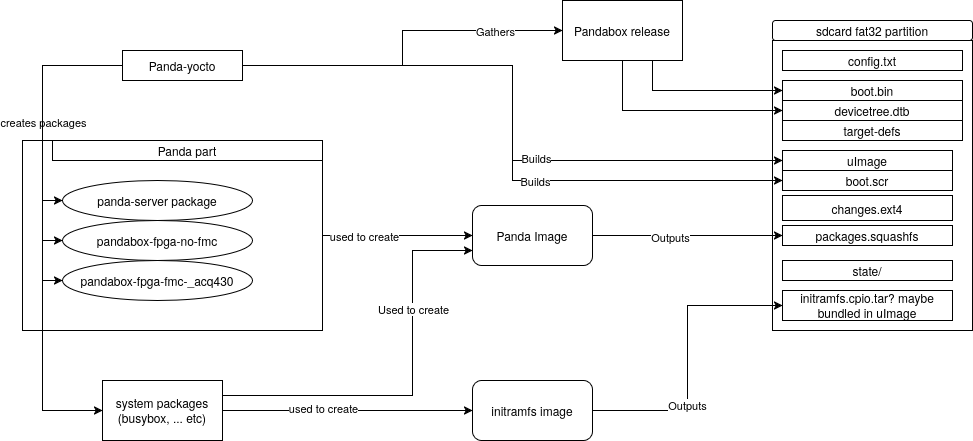
Above: panda-yocto.drawio.png in EmilioPeJu/panda-yocto-proposal (draw.io), before the change. Source tidied: cells renumbered, new cells last; positions are measured from the earlier drawing's top-left corner, leaving out a move shared by most shapes.
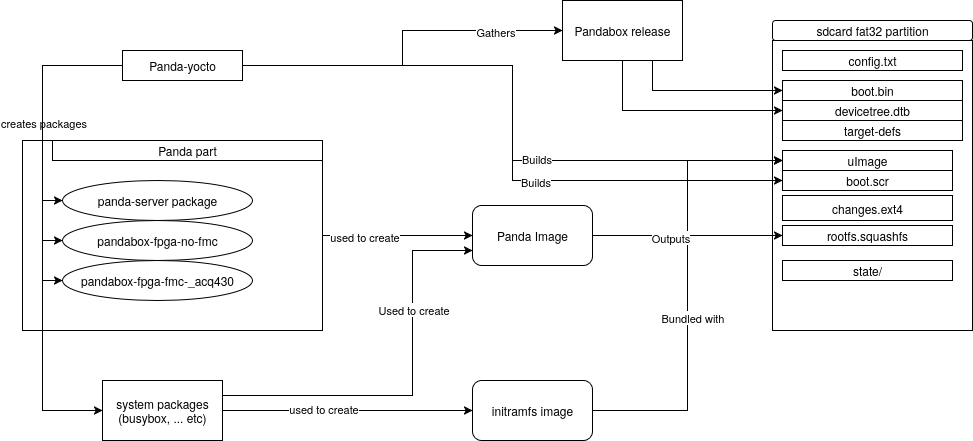
The same diagram one commit later.

Commit message:
Update notes with new requirements

Change to the diagram source:
```diff
@@ -69,12 +69,12 @@
     <mxCell id="21" value="Panda part" style="rounded=0;whiteSpace=wrap;html=1;" parent="1" vertex="1">
       <mxGeometry x="30" y="140" width="270" height="20" as="geometry" />
     </mxCell>
-    <mxCell id="22" style="edgeStyle=orthogonalEdgeStyle;rounded=0;jettySize=auto;html=1;exitX=1;exitY=0.5;exitDx=0;exitDy=0;entryX=0;entryY=0.5;entryDx=0;entryDy=0;" parent="1" edge="1" source="24" target="34">
-      <mxGeometry relative="1" as="geometry" />
-    </mxCell>
-    <mxCell id="23" value="Outputs" style="edgeLabel;html=1;align=center;verticalAlign=middle;" parent="22" vertex="1">
-      <mxGeometry x="-0.32" y="1" relative="1" as="geometry" />
-    </mxCell>
+    <mxCell id="47" style="edgeStyle=orthogonalEdgeStyle;rounded=0;jettySize=auto;html=1;exitX=1;exitY=0.5;exitDx=0;exitDy=0;entryX=0;entryY=0.5;entryDx=0;entryDy=0;" parent="1" edge="1" source="24" target="43">
+      <mxGeometry relative="1" as="geometry" />
+    </mxCell>
+    <mxCell id="48" value="Bundled with" style="edgeLabel;html=1;align=center;verticalAlign=middle;" parent="47" vertex="1">
+      <mxGeometry x="-0.14" y="-4" relative="1" as="geometry" />
+    </mxCell>
     <mxCell id="24" value="initramfs image" style="rounded=1;whiteSpace=wrap;html=1;" parent="1" vertex="1">
       <mxGeometry x="450" y="380" width="120" height="60" as="geometry" />
     </mxCell>
@@ -110,10 +110,7 @@
     <mxCell id="33" value="&lt;div&gt;system packages&lt;/div&gt;&lt;div&gt;(busybox, ... etc)&lt;/div&gt;" style="rounded=0;whiteSpace=wrap;html=1;" parent="1" vertex="1">
       <mxGeometry x="80" y="380" width="120" height="60" as="geometry" />
     </mxCell>
-    <mxCell id="34" value="&lt;div&gt;initramfs.cpio.tar? maybe bundled in uImage&lt;/div&gt;" style="rounded=0;whiteSpace=wrap;html=1;" parent="1" vertex="1">
-      <mxGeometry x="760" y="290" width="170" height="30" as="geometry" />
-    </mxCell>
-    <mxCell id="35" value="&lt;div&gt;packages.squashfs&lt;/div&gt;" style="rounded=0;whiteSpace=wrap;html=1;" parent="1" vertex="1">
+    <mxCell id="35" value="&lt;div&gt;rootfs.squashfs&lt;/div&gt;" style="rounded=0;whiteSpace=wrap;html=1;" parent="1" vertex="1">
       <mxGeometry x="760" y="225" width="170" height="20" as="geometry" />
     </mxCell>
     <mxCell id="36" value="changes.ext4" style="rounded=0;whiteSpace=wrap;html=1;" parent="1" vertex="1">
```
